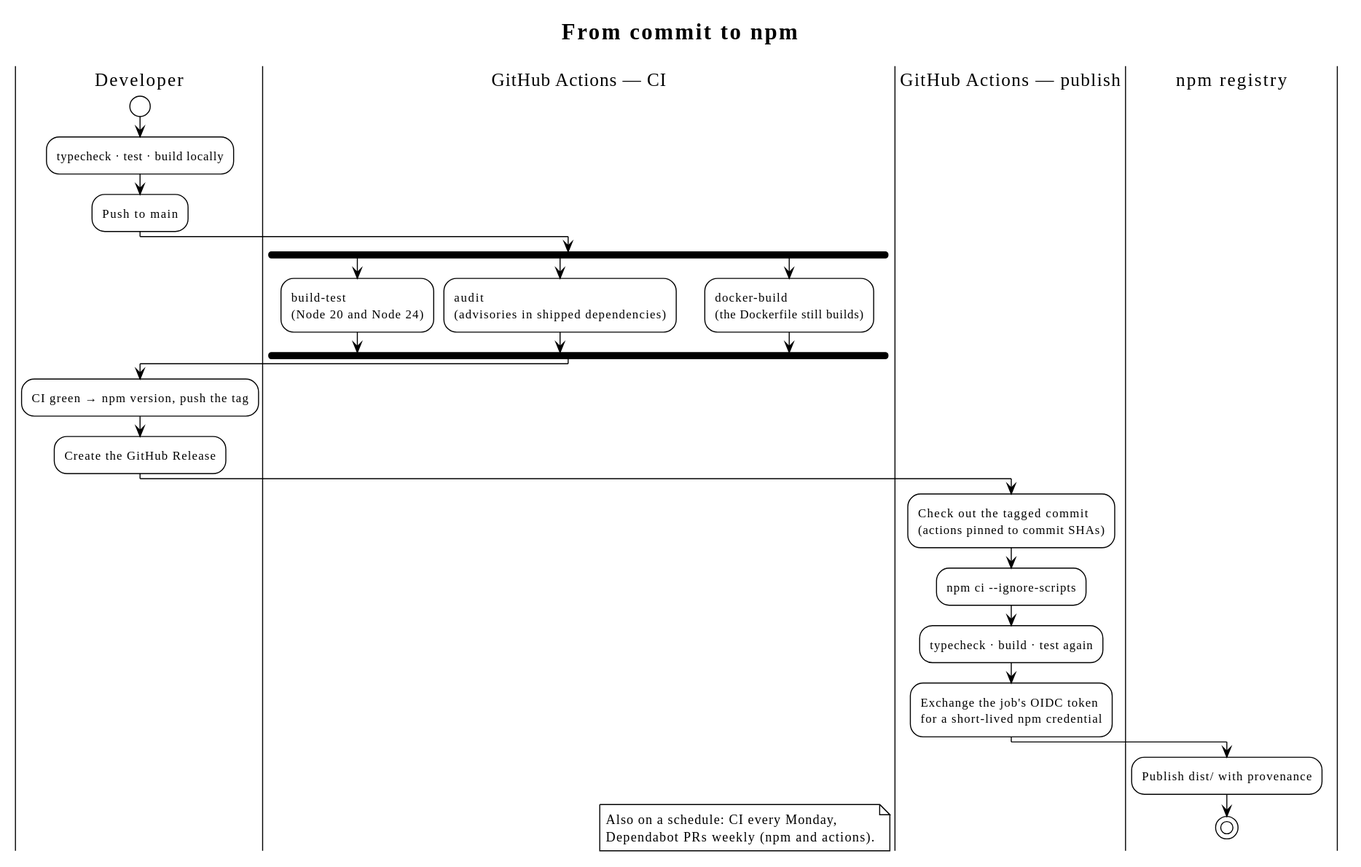
slawomir-szostak/punchout-simulator keeps this PlantUML diagram as docs/diagrams/release-pipeline.svg. Above is the earlier version.
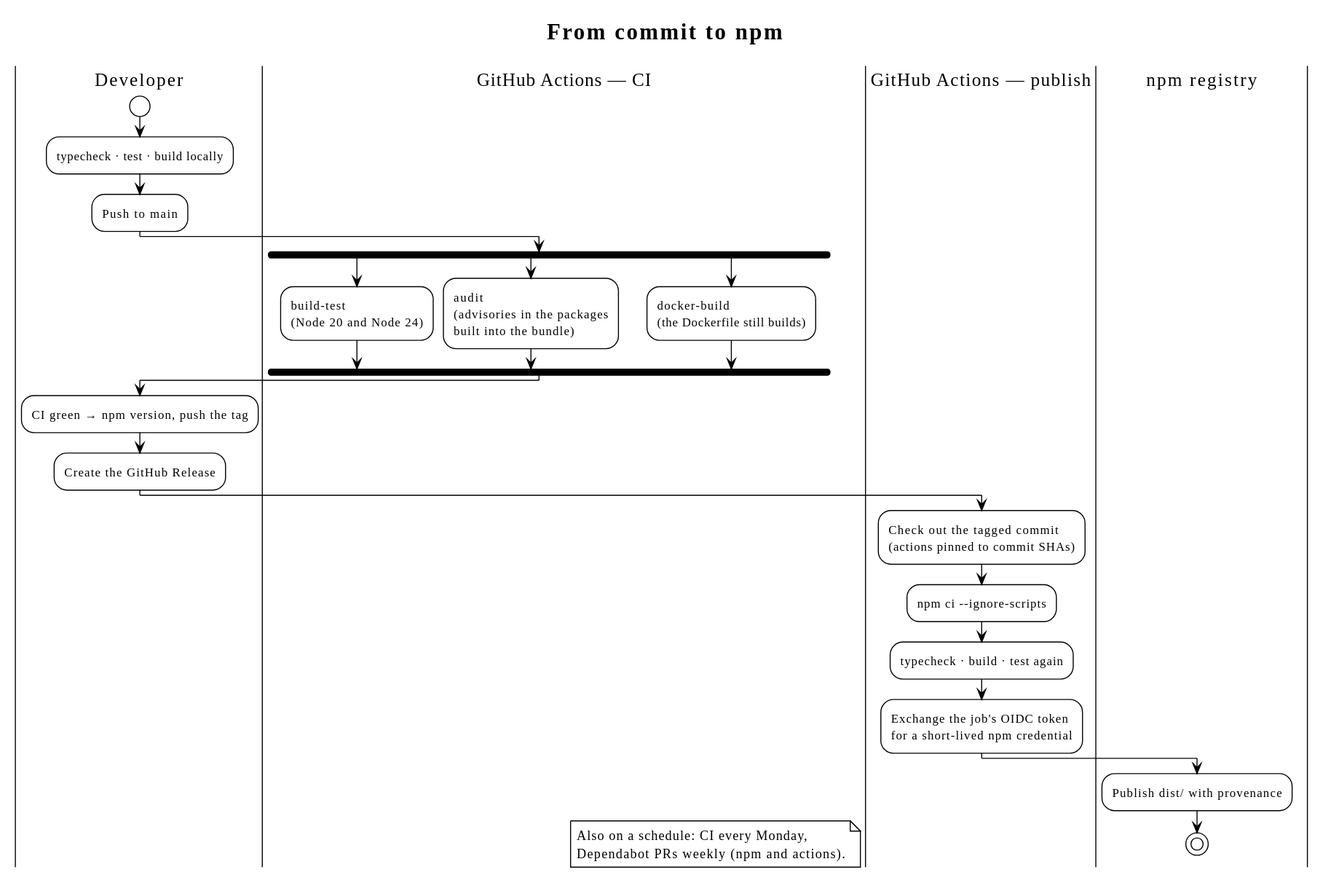
The same file after the commit.

The edit, as a diff of the source:
```diff
@@ -11,7 +11,7 @@
 fork
   :build-test\n(Node 20 and Node 24);
 fork again
-  :audit\n(advisories in shipped dependencies);
+  :audit\n(advisories in the packages\nbuilt into the bundle);
 fork again
   :docker-build\n(the Dockerfile still builds);
 end fork
```
